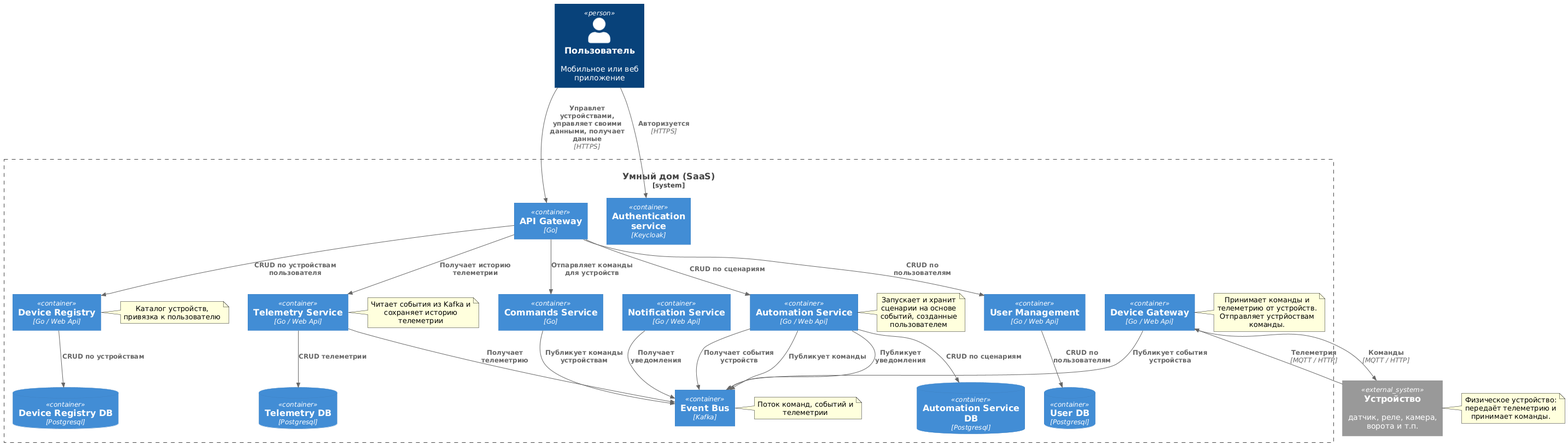
This is images/c4new.png from Gotoh666/architecture-warmhouse, a PlantUML export, as it was before one commit.
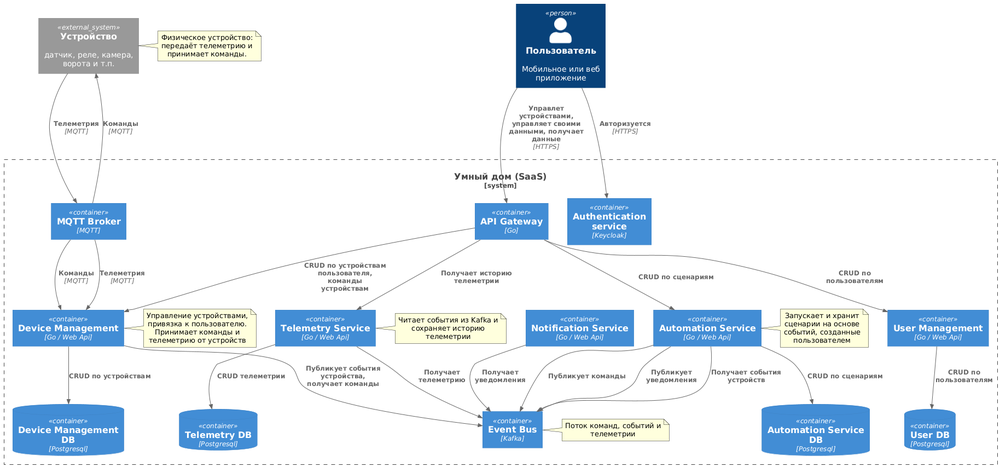
After the change.

Commit message:
обновлены схемы

What changed in the source:
```diff
@@ -12,17 +12,11 @@
 
 Container(api_gateway, "API Gateway", "Go")
 Container(auth, "Authentication service", "Keycloak")
-Container(commad_service, "Commands Service", "Go")
 Container(user_mgmt, "User Management", "Go / Web Api")
-Container(device_registry, "Device Registry", "Go / Web Api")
-note right of device_registry
- Каталог устройств, привязка к пользователю
-end note
-
-Container(device_gateway, "Device Gateway", "Go / Web Api")
-note right of device_gateway
- Принимает команды и телеметрию от устройств.
- Отправляет устрйоствам команды.
+Container(device_management, "Device Management", "Go / Web Api")
+note right of device_management
+Управление устройствами, привязка к пользователю.
+Принимает команды и телеметрию от устройств
 end note
 
 Container(kafka, "Event Bus", "Kafka")
@@ -42,27 +36,26 @@
 
 Container(notification_service, "Notification Service", "Go / Web Api")
 
+Container(mqtt, "MQTT Broker", "MQTT")
+
 ContainerDb(user_db, "User DB", "Postgresql")
 ContainerDb(telemetry_db, "Telemetry DB", "Postgresql")
-ContainerDb(device_registry_db, "Device Registry DB", "Postgresql")
+ContainerDb(device_management_db, "Device Management DB", "Postgresql")
 ContainerDb(automation_service_db, "Automation Service DB", "Postgresql")
 
 }
 Rel(user, api_gateway, "Управлет устройствами, управляет своими данными, получает данные", "HTTPS")
 Rel(user, auth, "Авторизуется", "HTTPS")
 
-Rel(device, device_gateway, "Телеметрия", "MQTT / HTTP")
+Rel(device, mqtt, "Телеметрия", "MQTT")
 
-Rel(device_gateway, device, "Команды", "MQTT / HTTP")
-Rel(device_gateway, kafka, "Публикует события устройства")
+Rel(mqtt, device, "Команды", "MQTT")
+Rel(device_management, kafka, "Публикует события устройства, получает команды")
 
 Rel(api_gateway, user_mgmt, "CRUD по пользователям")
-Rel(api_gateway, device_registry, "CRUD по устройствам пользователя")
+Rel(api_gateway, device_management, "CRUD по устройствам пользователя, команды устройствам")
 Rel(api_gateway, telemetry_service, "Получает историю телеметрии")
 Rel(api_gateway, automation_service, "CRUD по сценариям")
-Rel(api_gateway, commad_service, "Отпарвляет команды для устройств")
-
-Rel(commad_service, kafka, "Публикует команды устройствам")
 
 Rel(telemetry_service, kafka, "Получает телеметрию")
 Rel(automation_service, kafka, "Получает события устройств")
@@ -72,7 +65,10 @@
 Rel(automation_service, kafka, "Публикует уведомления")
 
 Rel(user_mgmt, user_db, "CRUD по пользователям")
-Rel(device_registry, device_registry_db, "CRUD по устройствам")
+Rel(device_management, device_management_db, "CRUD по устройствам")
 Rel(telemetry_service, telemetry_db, "CRUD телеметрии")
 Rel(automation_service, automation_service_db, "CRUD по сценариям")
+
+Rel(mqtt, device_management, "Команды", "MQTT")
+Rel(mqtt, device_management, "Телеметрия", "MQTT")
 @enduml
```
